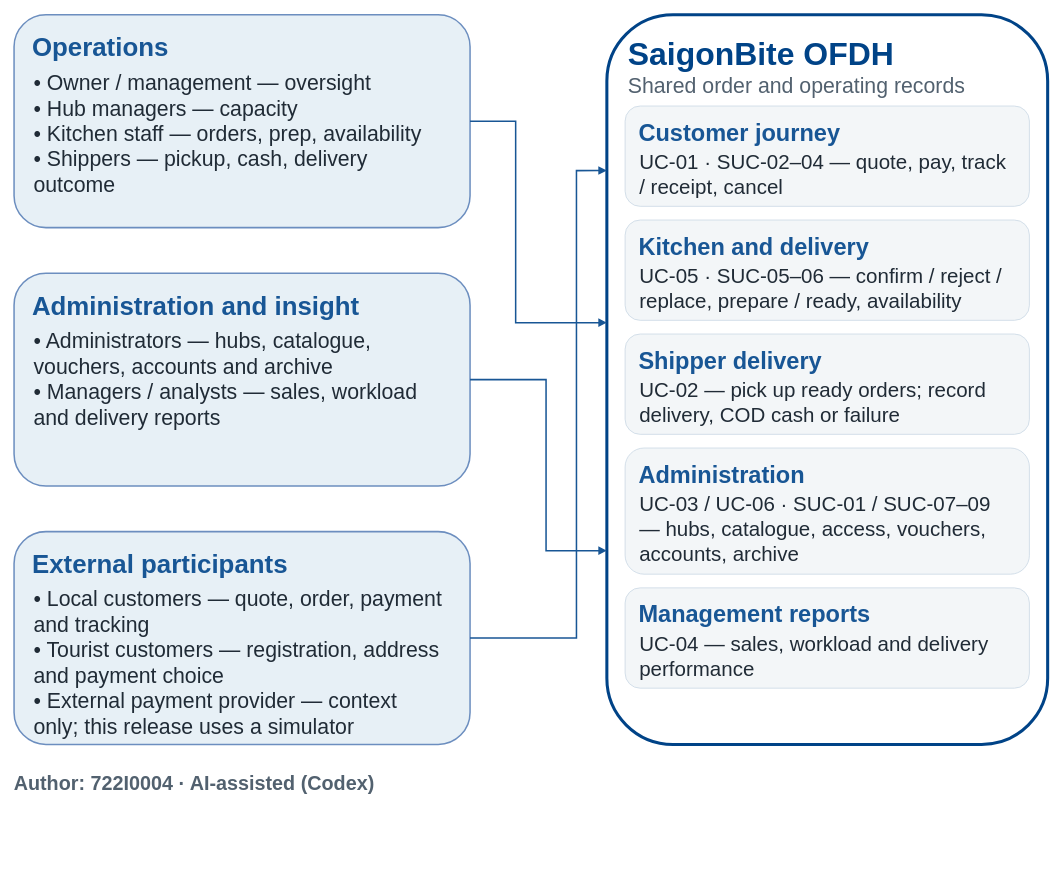
The draw.io diagram models/shared/stakeholder_chart.drawio in Dat071104/SaigonBite, before the edit. Source tidied: cells renumbered, new cells numbered last; positions are measured from the earlier drawing's top-left corner, leaving out a move shared by most shapes. Both pictures are drawn from the tidied source at 76%, with x=0, y=0 at pixel (14, 14).
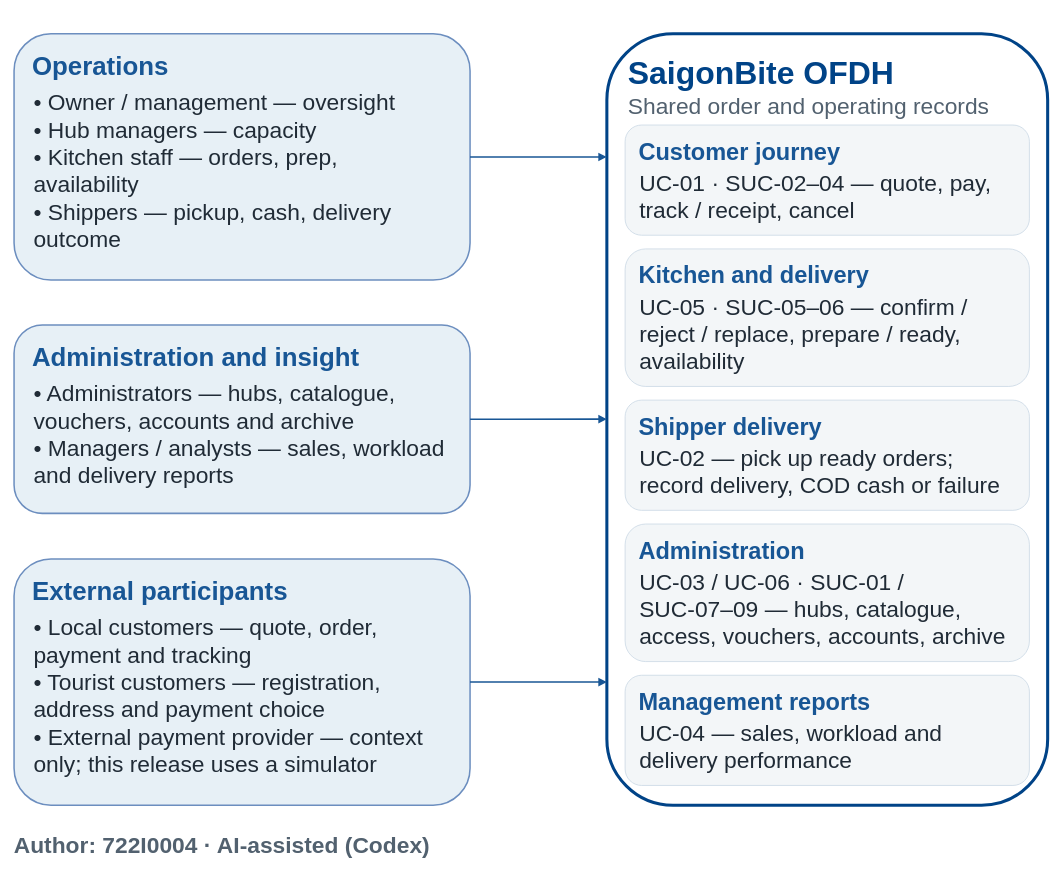
The same diagram, later.

Diff of the diagram source:
```diff
@@
     <mxCell id="2" style="rounded=1;whiteSpace=wrap;html=1;fillColor=#E7F0F6;strokeColor=#6C8EBF;strokeWidth=2;" parent="1" vertex="1">
-      <mxGeometry width="600" height="280" as="geometry" />
+      <mxGeometry y="25" width="600" height="324" as="geometry" />
     </mxCell>
     <mxCell id="3" value="&lt;div&gt;Operations&lt;/div&gt;" style="text;html=1;strokeColor=none;fillColor=none;whiteSpace=wrap;align=left;verticalAlign=top;spacing=0;fontFamily=Arial;fontSize=34;fontColor=#185695;fontStyle=1;" parent="1" vertex="1">
-      <mxGeometry x="24" y="18" width="552" height="44" as="geometry" />
+      <mxGeometry x="24" y="43" width="552" height="44" as="geometry" />
     </mxCell>
-    <mxCell id="4" value="&lt;div&gt;• Owner / management — oversight&lt;br/&gt;• Hub managers — capacity&lt;br/&gt;• Kitchen staff — orders, prep, availability&lt;br/&gt;• Shippers — pickup, cash, delivery&lt;br/&gt;outcome&lt;/div&gt;" style="text;html=1;strokeColor=none;fillColor=none;whiteSpace=wrap;align=left;verticalAlign=top;spacing=0;fontFamily=Arial;fontSize=28;fontColor=#202B36;fontStyle=0;" parent="1" vertex="1">
-      <mxGeometry x="26" y="68" width="548" height="200" as="geometry" />
+    <mxCell id="4" value="&lt;div&gt;• Owner / management — oversight&lt;br/&gt;• Hub managers — capacity&lt;br/&gt;• Kitchen staff — orders, prep,&lt;br/&gt;availability&lt;br/&gt;• Shippers — pickup, cash, delivery&lt;br/&gt;outcome&lt;/div&gt;" style="text;html=1;strokeColor=none;fillColor=none;whiteSpace=wrap;align=left;verticalAlign=top;spacing=0;fontFamily=Arial;fontSize=30;fontColor=#202B36;fontStyle=0;" parent="1" vertex="1">
+      <mxGeometry x="26" y="93" width="548" height="244" as="geometry" />
     </mxCell>
     <mxCell id="5" style="rounded=1;whiteSpace=wrap;html=1;fillColor=#E7F0F6;strokeColor=#6C8EBF;strokeWidth=2;" parent="1" vertex="1">
-      <mxGeometry y="340" width="600" height="280" as="geometry" />
+      <mxGeometry y="408" width="600" height="248" as="geometry" />
     </mxCell>
     <mxCell id="6" value="&lt;div&gt;Administration and insight&lt;/div&gt;" style="text;html=1;strokeColor=none;fillColor=none;whiteSpace=wrap;align=left;verticalAlign=top;spacing=0;fontFamily=Arial;fontSize=34;fontColor=#185695;fontStyle=1;" parent="1" vertex="1">
-      <mxGeometry x="24" y="358" width="552" height="44" as="geometry" />
+      <mxGeometry x="24" y="426" width="552" height="44" as="geometry" />
     </mxCell>
-    <mxCell id="7" value="&lt;div&gt;• Administrators — hubs, catalogue,&lt;br/&gt;vouchers, accounts and archive&lt;br/&gt;• Managers / analysts — sales, workload&lt;br/&gt;and delivery reports&lt;/div&gt;" style="text;html=1;strokeColor=none;fillColor=none;whiteSpace=wrap;align=left;verticalAlign=top;spacing=0;fontFamily=Arial;fontSize=28;fontColor=#202B36;fontStyle=0;" parent="1" vertex="1">
-      <mxGeometry x="26" y="408" width="548" height="200" as="geometry" />
+    <mxCell id="7" value="&lt;div&gt;• Administrators — hubs, catalogue,&lt;br/&gt;vouchers, accounts and archive&lt;br/&gt;• Managers / analysts — sales, workload&lt;br/&gt;and delivery reports&lt;/div&gt;" style="text;html=1;strokeColor=none;fillColor=none;whiteSpace=wrap;align=left;verticalAlign=top;spacing=0;fontFamily=Arial;fontSize=30;fontColor=#202B36;fontStyle=0;" parent="1" vertex="1">
+      <mxGeometry x="26" y="476" width="548" height="168" as="geometry" />
     </mxCell>
     <mxCell id="8" style="rounded=1;whiteSpace=wrap;html=1;fillColor=#E7F0F6;strokeColor=#6C8EBF;strokeWidth=2;" parent="1" vertex="1">
-      <mxGeometry y="680" width="600" height="280" as="geometry" />
+      <mxGeometry y="716" width="600" height="324" as="geometry" />
     </mxCell>
     <mxCell id="9" value="&lt;div&gt;External participants&lt;/div&gt;" style="text;html=1;strokeColor=none;fillColor=none;whiteSpace=wrap;align=left;verticalAlign=top;spacing=0;fontFamily=Arial;fontSize=34;fontColor=#185695;fontStyle=1;" parent="1" vertex="1">
-      <mxGeometry x="24" y="698" width="552" height="44" as="geometry" />
+      <mxGeometry x="24" y="734" width="552" height="44" as="geometry" />
     </mxCell>
-    <mxCell id="10" value="&lt;div&gt;• Local customers — quote, order, payment&lt;br/&gt;and tracking&lt;br/&gt;• Tourist customers — registration, address&lt;br/&gt;and payment choice&lt;br/&gt;• External payment provider — context&lt;br/&gt;only; this release uses a simulator&lt;/div&gt;" style="text;html=1;strokeColor=none;fillColor=none;whiteSpace=wrap;align=left;verticalAlign=top;spacing=0;fontFamily=Arial;fontSize=28;fontColor=#202B36;fontStyle=0;" parent="1" vertex="1">
-      <mxGeometry x="26" y="748" width="548" height="200" as="geometry" />
+    <mxCell id="10" value="&lt;div&gt;• Local customers — quote, order,&lt;br/&gt;payment and tracking&lt;br/&gt;• Tourist customers — registration,&lt;br/&gt;address and payment choice&lt;br/&gt;• External payment provider — context&lt;br/&gt;only; this release uses a simulator&lt;/div&gt;" style="text;html=1;strokeColor=none;fillColor=none;whiteSpace=wrap;align=left;verticalAlign=top;spacing=0;fontFamily=Arial;fontSize=30;fontColor=#202B36;fontStyle=0;" parent="1" vertex="1">
+      <mxGeometry x="26" y="784" width="548" height="244" as="geometry" />
     </mxCell>
     <mxCell id="11" style="rounded=1;whiteSpace=wrap;html=1;fillColor=#FFFFFF;strokeColor=#004387;strokeWidth=4;" parent="1" vertex="1">
-      <mxGeometry x="780" width="580" height="960" as="geometry" />
+      <mxGeometry x="780" y="25" width="580" height="1015" as="geometry" />
     </mxCell>
     <mxCell id="12" value="&lt;div&gt;SaigonBite OFDH&lt;/div&gt;" style="text;html=1;strokeColor=none;fillColor=none;whiteSpace=wrap;align=left;verticalAlign=top;spacing=0;fontFamily=Arial;fontSize=42;fontColor=#004387;fontStyle=1;" parent="1" vertex="1">
-      <mxGeometry x="808" y="22" width="524" height="50" as="geometry" />
+      <mxGeometry x="808" y="47" width="524" height="50" as="geometry" />
     </mxCell>
-    <mxCell id="13" value="&lt;div&gt;Shared order and operating records&lt;/div&gt;" style="text;html=1;strokeColor=none;fillColor=none;whiteSpace=wrap;align=left;verticalAlign=top;spacing=0;fontFamily=Arial;fontSize=28;fontColor=#52616F;fontStyle=0;" parent="1" vertex="1">
-      <mxGeometry x="808" y="73" width="524" height="38" as="geometry" />
+    <mxCell id="13" value="&lt;div&gt;Shared order and operating records&lt;/div&gt;" style="text;html=1;strokeColor=none;fillColor=none;whiteSpace=wrap;align=left;verticalAlign=top;spacing=0;fontFamily=Arial;fontSize=30;fontColor=#52616F;fontStyle=0;" parent="1" vertex="1">
+      <mxGeometry x="808" y="98" width="524" height="38" as="geometry" />
     </mxCell>
     <mxCell id="14" style="rounded=1;whiteSpace=wrap;html=1;fillColor=#F3F6F8;strokeColor=#C8D6E4;strokeWidth=1;" parent="1" vertex="1">
-      <mxGeometry x="804" y="120" width="532" height="132" as="geometry" />
+      <mxGeometry x="804" y="145" width="532" height="145" as="geometry" />
     </mxCell>
     <mxCell id="15" value="&lt;div&gt;Customer journey&lt;/div&gt;" style="text;html=1;strokeColor=none;fillColor=none;whiteSpace=wrap;align=left;verticalAlign=top;spacing=0;fontFamily=Arial;fontSize=31;fontColor=#185695;fontStyle=1;" parent="1" vertex="1">
-      <mxGeometry x="822" y="132" width="496" height="38" as="geometry" />
+      <mxGeometry x="822" y="157" width="496" height="38" as="geometry" />
     </mxCell>
-    <mxCell id="16" value="&lt;div&gt;UC-01 · SUC-02–04 — quote, pay, track&lt;br/&gt;/ receipt, cancel&lt;/div&gt;" style="text;html=1;strokeColor=none;fillColor=none;whiteSpace=wrap;align=left;verticalAlign=top;spacing=0;fontFamily=Arial;fontSize=27;fontColor=#202B36;fontStyle=0;" parent="1" vertex="1">
-      <mxGeometry x="823" y="174" width="494" height="74" as="geometry" />
+    <mxCell id="16" value="&lt;div&gt;UC-01 · SUC-02–04 — quote, pay,&lt;br/&gt;track / receipt, cancel&lt;/div&gt;" style="text;html=1;strokeColor=none;fillColor=none;whiteSpace=wrap;align=left;verticalAlign=top;spacing=0;fontFamily=Arial;fontSize=30;fontColor=#202B36;fontStyle=0;" parent="1" vertex="1">
+      <mxGeometry x="823" y="199" width="494" height="87" as="geometry" />
     </mxCell>
     <mxCell id="17" style="rounded=1;whiteSpace=wrap;html=1;fillColor=#F3F6F8;strokeColor=#C8D6E4;strokeWidth=1;" parent="1" vertex="1">
-      <mxGeometry x="804" y="270" width="532" height="132" as="geometry" />
+      <mxGeometry x="804" y="308" width="532" height="181" as="geometry" />
     </mxCell>
     <mxCell id="18" value="&lt;div&gt;Kitchen and delivery&lt;/div&gt;" style="text;html=1;strokeColor=none;fillColor=none;whiteSpace=wrap;align=left;verticalAlign=top;spacing=0;fontFamily=Arial;fontSize=31;fontColor=#185695;fontStyle=1;" parent="1" vertex="1">
-      <mxGeometry x="822" y="282" width="496" height="38" as="geometry" />
+      <mxGeometry x="822" y="320" width="496" height="38" as="geometry" />
     </mxCell>
-    <mxCell id="19" value="&lt;div&gt;UC-05 · SUC-05–06 — confirm / reject /&lt;br/&gt;replace, prepare / ready, availability&lt;/div&gt;" style="text;html=1;strokeColor=none;fillColor=none;whiteSpace=wrap;align=left;verticalAlign=top;spacing=0;fontFamily=Arial;fontSize=27;fontColor=#202B36;fontStyle=0;" parent="1" vertex="1">
-      <mxGeometry x="823" y="324" width="494" height="74" as="geometry" />
+    <mxCell id="19" value="&lt;div&gt;UC-05 · SUC-05–06 — confirm /&lt;br/&gt;reject / replace, prepare / ready,&lt;br/&gt;availability&lt;/div&gt;" style="text;html=1;strokeColor=none;fillColor=none;whiteSpace=wrap;align=left;verticalAlign=top;spacing=0;fontFamily=Arial;fontSize=30;fontColor=#202B36;fontStyle=0;" parent="1" vertex="1">
+      <mxGeometry x="823" y="362" width="494" height="123" as="geometry" />
     </mxCell>
     <mxCell id="20" style="rounded=1;whiteSpace=wrap;html=1;fillColor=#F3F6F8;strokeColor=#C8D6E4;strokeWidth=1;" parent="1" vertex="1">
-      <mxGeometry x="804" y="420" width="532" height="132" as="geometry" />
+      <mxGeometry x="804" y="507" width="532" height="145" as="geometry" />
     </mxCell>
     <mxCell id="21" value="&lt;div&gt;Shipper delivery&lt;/div&gt;" style="text;html=1;strokeColor=none;fillColor=none;whiteSpace=wrap;align=left;verticalAlign=top;spacing=0;fontFamily=Arial;fontSize=31;fontColor=#185695;fontStyle=1;" parent="1" vertex="1">
-      <mxGeometry x="822" y="432" width="496" height="38" as="geometry" />
+      <mxGeometry x="822" y="519" width="496" height="38" as="geometry" />
     </mxCell>
-    <mxCell id="22" value="&lt;div&gt;UC-02 — pick up ready orders; record&lt;br/&gt;delivery, COD cash or failure&lt;/div&gt;" style="text;html=1;strokeColor=none;fillColor=none;whiteSpace=wrap;align=left;verticalAlign=top;spacing=0;fontFamily=Arial;fontSize=27;fontColor=#202B36;fontStyle=0;" parent="1" vertex="1">
-      <mxGeometry x="823" y="474" width="494" height="74" as="geometry" />
+    <mxCell id="22" value="&lt;div&gt;UC-02 — pick up ready orders;&lt;br/&gt;record delivery, COD cash or failure&lt;/div&gt;" style="text;html=1;strokeColor=none;fillColor=none;whiteSpace=wrap;align=left;verticalAlign=top;spacing=0;fontFamily=Arial;fontSize=30;fontColor=#202B36;fontStyle=0;" parent="1" vertex="1">
+      <mxGeometry x="823" y="561" width="494" height="87" as="geometry" />
     </mxCell>
     <mxCell id="23" style="rounded=1;whiteSpace=wrap;html=1;fillColor=#F3F6F8;strokeColor=#C8D6E4;strokeWidth=1;" parent="1" vertex="1">
-      <mxGeometry x="804" y="570" width="532" height="166" as="geometry" />
+      <mxGeometry x="804" y="670" width="532" height="181" as="geometry" />
     </mxCell>
     <mxCell id="24" value="&lt;div&gt;Administration&lt;/div&gt;" style="text;html=1;strokeColor=none;fillColor=none;whiteSpace=wrap;align=left;verticalAlign=top;spacing=0;fontFamily=Arial;fontSize=31;fontColor=#185695;fontStyle=1;" parent="1" vertex="1">
-      <mxGeometry x="822" y="582" width="496" height="38" as="geometry" />
+      <mxGeometry x="822" y="682" width="496" height="38" as="geometry" />
     </mxCell>
-    <mxCell id="25" value="&lt;div&gt;UC-03 / UC-06 · SUC-01 / SUC-07–09&lt;br/&gt;— hubs, catalogue, access, vouchers,&lt;br/&gt;accounts, archive&lt;/div&gt;" style="text;html=1;strokeColor=none;fillColor=none;whiteSpace=wrap;align=left;verticalAlign=top;spacing=0;fontFamily=Arial;fontSize=27;fontColor=#202B36;fontStyle=0;" parent="1" vertex="1">
-      <mxGeometry x="823" y="624" width="494" height="108" as="geometry" />
+    <mxCell id="25" value="&lt;div&gt;UC-03 / UC-06 · SUC-01 /&lt;br/&gt;SUC-07–09 — hubs, catalogue,&lt;br/&gt;access, vouchers, accounts, archive&lt;/div&gt;" style="text;html=1;strokeColor=none;fillColor=none;whiteSpace=wrap;align=left;verticalAlign=top;spacing=0;fontFamily=Arial;fontSize=30;fontColor=#202B36;fontStyle=0;" parent="1" vertex="1">
+      <mxGeometry x="823" y="724" width="494" height="123" as="geometry" />
     </mxCell>
     <mxCell id="26" style="rounded=1;whiteSpace=wrap;html=1;fillColor=#F3F6F8;strokeColor=#C8D6E4;strokeWidth=1;" parent="1" vertex="1">
-      <mxGeometry x="804" y="754" width="532" height="132" as="geometry" />
+      <mxGeometry x="804" y="869" width="532" height="145" as="geometry" />
     </mxCell>
     <mxCell id="27" value="&lt;div&gt;Management reports&lt;/div&gt;" style="text;html=1;strokeColor=none;fillColor=none;whiteSpace=wrap;align=left;verticalAlign=top;spacing=0;fontFamily=Arial;fontSize=31;fontColor=#185695;fontStyle=1;" parent="1" vertex="1">
-      <mxGeometry x="822" y="766" width="496" height="38" as="geometry" />
+      <mxGeometry x="822" y="881" width="496" height="38" as="geometry" />
     </mxCell>
-    <mxCell id="28" value="&lt;div&gt;UC-04 — sales, workload and delivery&lt;br/&gt;performance&lt;/div&gt;" style="text;html=1;strokeColor=none;fillColor=none;whiteSpace=wrap;align=left;verticalAlign=top;spacing=0;fontFamily=Arial;fontSize=27;fontColor=#202B36;fontStyle=0;" parent="1" vertex="1">
-      <mxGeometry x="823" y="808" width="494" height="74" as="geometry" />
+    <mxCell id="28" value="&lt;div&gt;UC-04 — sales, workload and&lt;br/&gt;delivery performance&lt;/div&gt;" style="text;html=1;strokeColor=none;fillColor=none;whiteSpace=wrap;align=left;verticalAlign=top;spacing=0;fontFamily=Arial;fontSize=30;fontColor=#202B36;fontStyle=0;" parent="1" vertex="1">
+      <mxGeometry x="823" y="923" width="494" height="87" as="geometry" />
     </mxCell>
-    <mxCell id="29" style="edgeStyle=orthogonalEdgeStyle;rounded=0;html=1;strokeColor=#185695;strokeWidth=2;endArrow=block;endFill=1;exitX=1;exitY=0.5;entryX=0;entryY=0.4219;" parent="1" edge="1" source="2" target="11">
-      <mxGeometry relative="1" as="geometry">
-        <Array as="points">
-          <mxPoint x="660" y="140" />
-          <mxPoint x="660" y="405" />
-        </Array>
-      </mxGeometry>
+    <mxCell id="29" style="edgeStyle=orthogonalEdgeStyle;rounded=0;html=1;strokeColor=#185695;strokeWidth=2;endArrow=block;endFill=1;exitX=1;exitY=0.5;entryX=0;entryY=0.1596;" parent="1" edge="1" source="2" target="11">
+      <mxGeometry relative="1" as="geometry" />
     </mxCell>
-    <mxCell id="30" style="edgeStyle=orthogonalEdgeStyle;rounded=0;html=1;strokeColor=#185695;strokeWidth=2;endArrow=block;endFill=1;exitX=1;exitY=0.5;entryX=0;entryY=0.7344;" parent="1" edge="1" source="5" target="11">
-      <mxGeometry relative="1" as="geometry">
-        <Array as="points">
-          <mxPoint x="700" y="480" />
-          <mxPoint x="700" y="705" />
-        </Array>
-      </mxGeometry>
+    <mxCell id="30" style="edgeStyle=orthogonalEdgeStyle;rounded=0;html=1;strokeColor=#185695;strokeWidth=2;endArrow=block;endFill=1;exitX=1;exitY=0.5;entryX=0;entryY=0.4995;" parent="1" edge="1" source="5" target="11">
+      <mxGeometry relative="1" as="geometry" />
     </mxCell>
-    <mxCell id="31" style="edgeStyle=orthogonalEdgeStyle;rounded=0;html=1;strokeColor=#185695;strokeWidth=2;endArrow=block;endFill=1;exitX=1;exitY=0.5;entryX=0;entryY=0.2135;" parent="1" edge="1" source="8" target="11">
-      <mxGeometry relative="1" as="geometry">
-        <Array as="points">
-          <mxPoint x="740" y="820" />
-          <mxPoint x="740" y="205" />
-        </Array>
-      </mxGeometry>
+    <mxCell id="31" style="edgeStyle=orthogonalEdgeStyle;rounded=0;html=1;strokeColor=#185695;strokeWidth=2;endArrow=block;endFill=1;exitX=1;exitY=0.5;entryX=0;entryY=0.8404;" parent="1" edge="1" source="8" target="11">
+      <mxGeometry relative="1" as="geometry" />
     </mxCell>
-    <mxCell id="32" value="&lt;div&gt;Author: 722I0004 · AI-assisted (Codex)&lt;/div&gt;" style="text;html=1;strokeColor=none;fillColor=none;whiteSpace=wrap;align=left;verticalAlign=top;spacing=0;fontFamily=Arial;fontSize=26;fontColor=#52616F;fontStyle=1;" parent="1" vertex="1">
-      <mxGeometry y="992" width="850" height="34" as="geometry" />
+    <mxCell id="32" value="&lt;div&gt;Author: 722I0004 · AI-assisted (Codex)&lt;/div&gt;" style="text;html=1;strokeColor=none;fillColor=none;whiteSpace=wrap;align=left;verticalAlign=top;spacing=0;fontFamily=Arial;fontSize=30;fontColor=#52616F;fontStyle=1;" parent="1" vertex="1">
+      <mxGeometry y="1070" width="850" height="38" as="geometry" />
     </mxCell>
```
